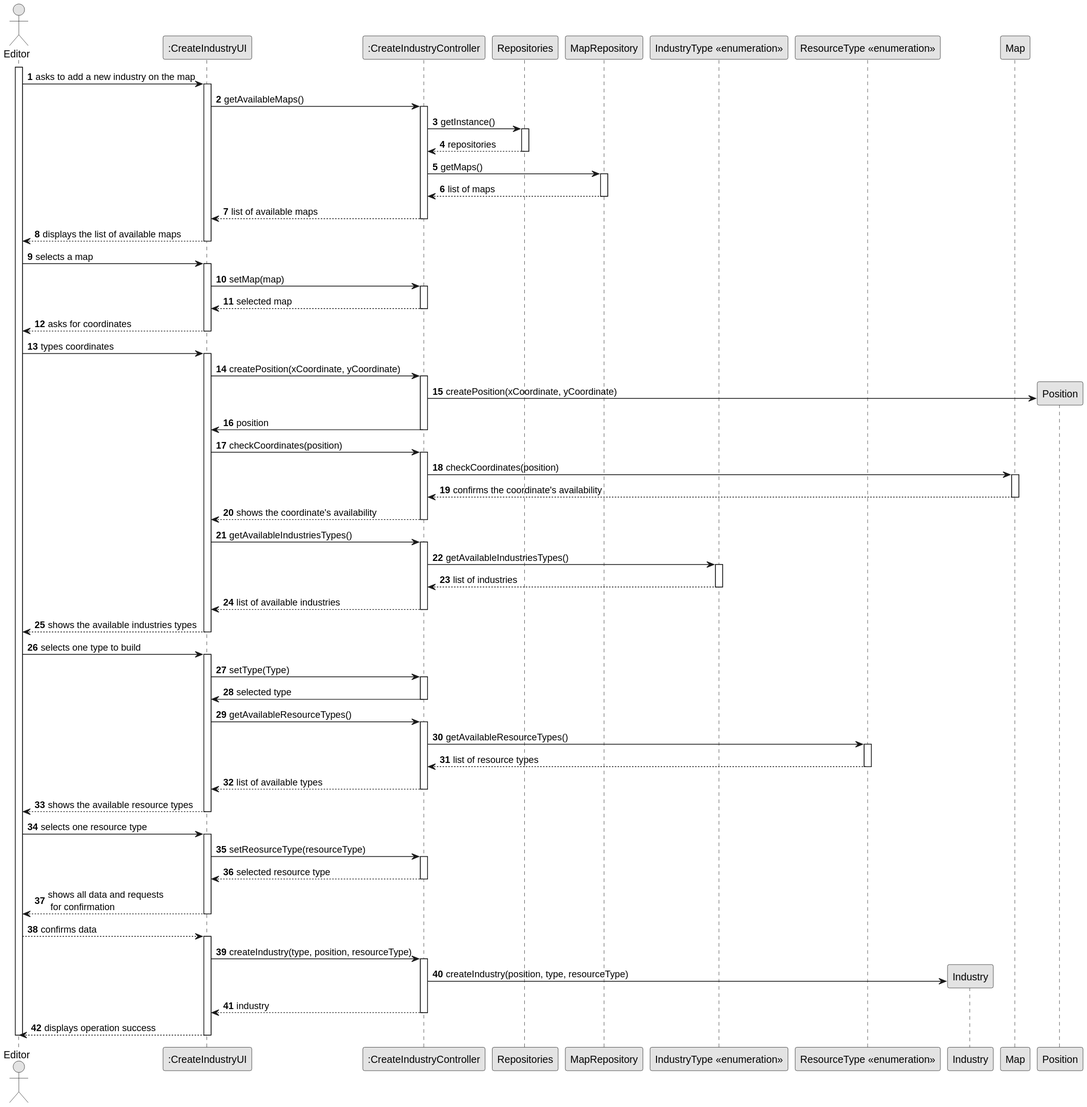
The PlantUML diagram Sprint2/US002/03.design/svg/US002-SD-full.svg in 1240935/pi2-railway-simulator, before a commit.
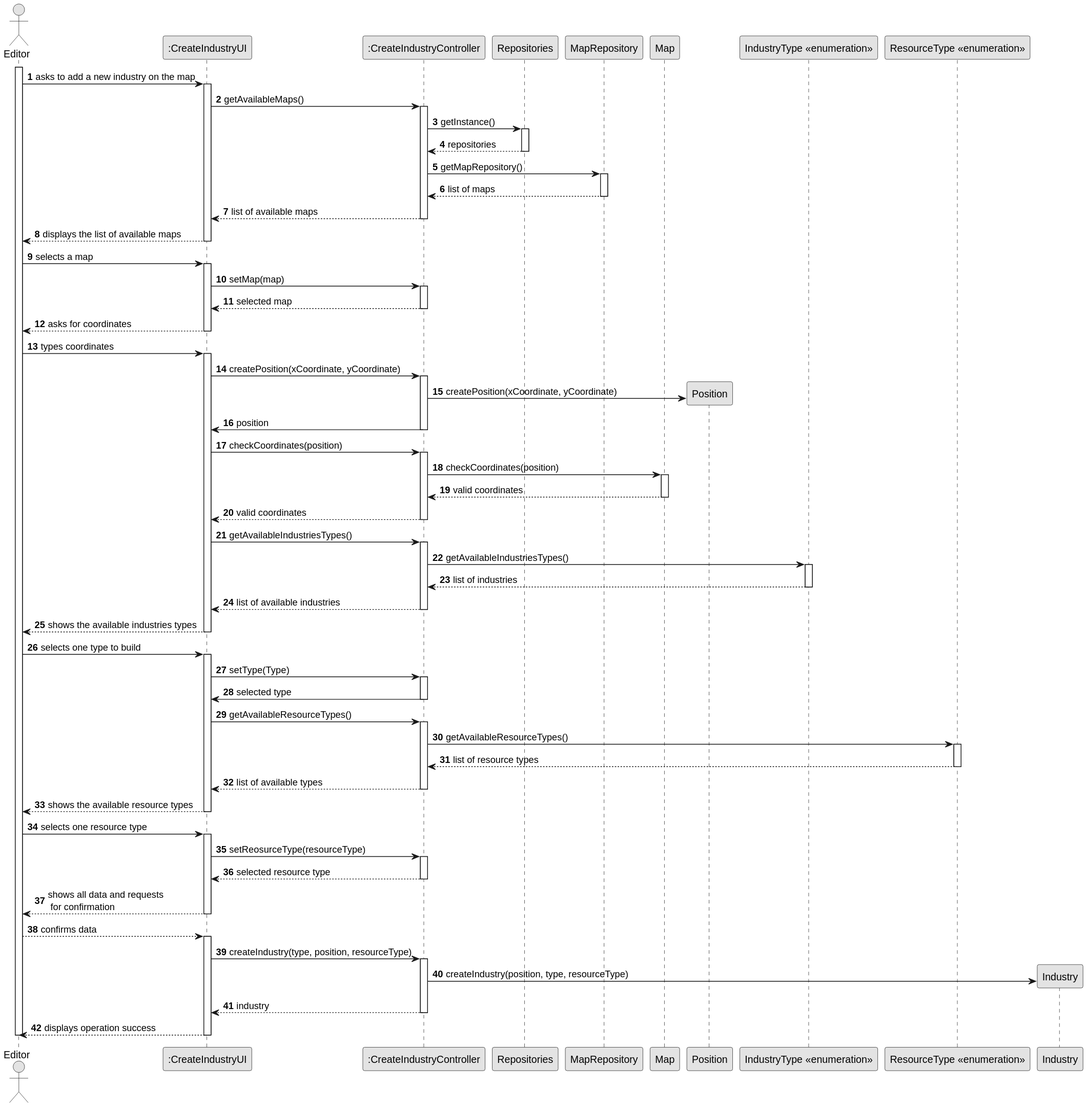
Later version of the same file.

Diff of the diagram source:
```diff
@@ -10,11 +10,11 @@
     participant ":CreateIndustryController" as CTRL
     participant "Repositories" as REPOS
     participant "MapRepository" as MREPOS
+    participant "Map" as MAP
+    participant "Position" as POS
     participant "IndustryType <<enumeration>>" as TYPE
     participant "ResourceType <<enumeration>>" as RETYPE
     participant "Industry" as INDUSTRY
-    participant "Map" as MAP
-    participant "Position" as POS
 
 
 activate EDITOR
@@ -31,7 +31,7 @@
     REPOS --> CTRL: repositories
     deactivate REPOS
 
-    CTRL -> MREPOS : getMaps()
+    CTRL -> MREPOS : getMapRepository()
     activate MREPOS
 
     MREPOS --> CTRL : list of maps
@@ -77,10 +77,10 @@
     CTRL -> MAP : checkCoordinates(position)
     activate MAP
 
-    MAP --> CTRL : confirms the coordinate's availability
+    MAP --> CTRL : valid coordinates
     deactivate MAP
 
-    CTRL --> UI : shows the coordinate's availability
+    CTRL --> UI : valid coordinates
     deactivate CTRL
 
     UI -> CTRL : getAvailableIndustriesTypes()
@@ -145,6 +145,7 @@
 
     CTRL -> INDUSTRY** : createIndustry(position, type, resourceType)
 
+
     CTRL --> UI : industry
     deactivate CTRL
 
```
